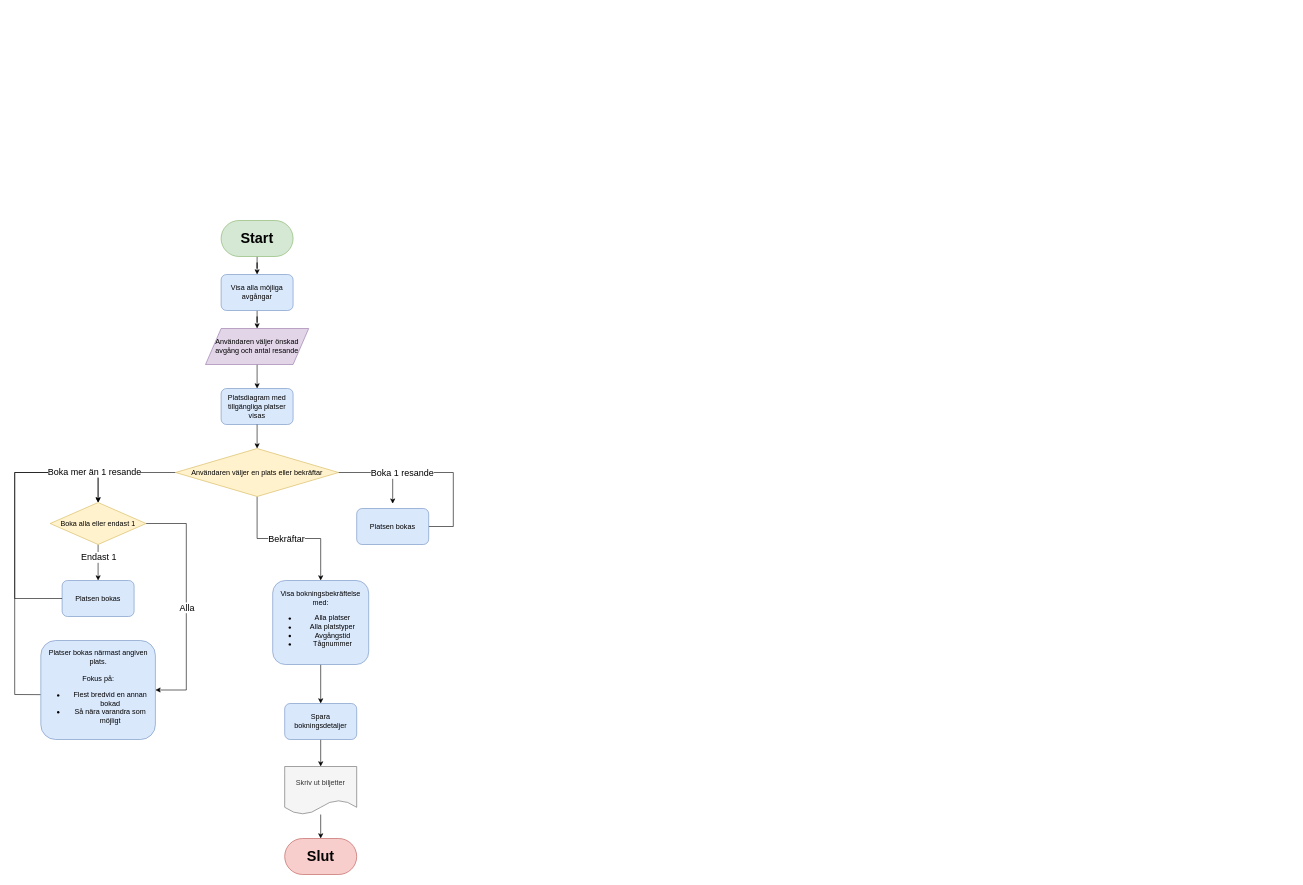
marcell-ziegler/projektuppgift-DD1310-2024 keeps this draw.io diagram as User flow.drawio. Above is the earlier version. Source tidied: cells renumbered, new cells numbered last; positions are measured from the earlier drawing's top-left corner, leaving out a move shared by most shapes. Both pictures are drawn from the tidied source at 60%, with x=0, y=0 at pixel (14, 220).
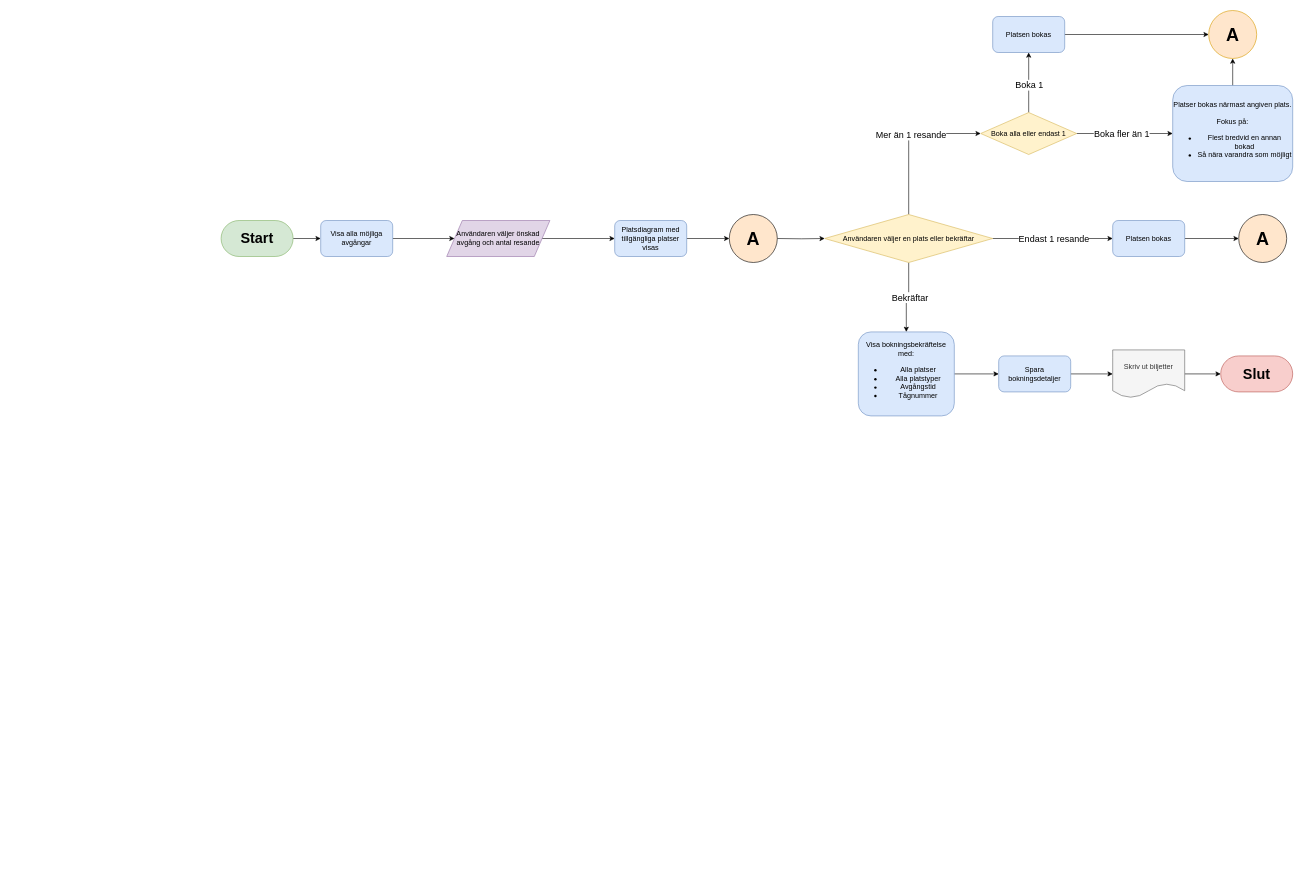
The same page after the edit.

Commit message:
Make flowchart horizontal

Change to the diagram source:
```diff
@@
     <mxCell id="5" value="Visa alla möjliga avgångar" style="rounded=1;whiteSpace=wrap;html=1;fillColor=#dae8fc;strokeColor=#6c8ebf;" parent="1" vertex="1">
-      <mxGeometry x="344" y="90" width="120" height="60" as="geometry" />
+      <mxGeometry x="510" width="120" height="60" as="geometry" />
     </mxCell>
@@
     <mxCell id="7" value="Användaren väljer önskad avgång och antal resande" style="shape=parallelogram;perimeter=parallelogramPerimeter;whiteSpace=wrap;html=1;fixedSize=1;size=26;perimeterSpacing=0;fillColor=#e1d5e7;strokeColor=#9673a6;" parent="1" vertex="1">
-      <mxGeometry x="318" y="180" width="172" height="60" as="geometry" />
+      <mxGeometry x="720" width="172" height="60" as="geometry" />
     </mxCell>
+    <mxCell id="35" style="edgeStyle=orthogonalEdgeStyle;rounded=0;jettySize=auto;html=1;fontFamily=Helvetica;fontSize=15;fontColor=default;labelBackgroundColor=default;" parent="1" edge="1" source="8">
+      <mxGeometry relative="1" as="geometry">
+        <mxPoint x="1191" y="30" as="targetPoint" />
+      </mxGeometry>
+    </mxCell>
     <mxCell id="8" value="Platsdiagram med tillgängliga platser visas" style="rounded=1;whiteSpace=wrap;html=1;fillColor=#dae8fc;strokeColor=#6c8ebf;" parent="1" vertex="1">
-      <mxGeometry x="344" y="280" width="120" height="60" as="geometry" />
+      <mxGeometry x="1000" width="120" height="60" as="geometry" />
     </mxCell>
-    <mxCell id="9" style="edgeStyle=orthogonalEdgeStyle;rounded=0;jettySize=auto;html=1;" parent="1" edge="1" source="15">
-      <mxGeometry relative="1" as="geometry">
-        <mxPoint x="630" y="420" as="targetPoint" />
-        <Array as="points">
-          <mxPoint x="731" y="510" />
-        </Array>
-      </mxGeometry>
-    </mxCell>
-    <mxCell id="10" style="edgeStyle=orthogonalEdgeStyle;rounded=0;jettySize=auto;html=1;" parent="1" edge="1" source="8" target="14">
-      <mxGeometry relative="1" as="geometry" />
-    </mxCell>
-    <mxCell id="11" style="edgeStyle=orthogonalEdgeStyle;rounded=0;jettySize=auto;html=1;entryX=0.5;entryY=0;entryDx=0;entryDy=0;" parent="1" edge="1" source="14" target="22">
-      <mxGeometry relative="1" as="geometry" />
-    </mxCell>
@@
+    <mxCell id="11" style="edgeStyle=orthogonalEdgeStyle;rounded=0;jettySize=auto;html=1;exitX=0.5;exitY=0;exitDx=0;exitDy=0;entryX=0;entryY=0.5;entryDx=0;entryDy=0;" parent="1" edge="1" source="14" target="22">
+      <mxGeometry relative="1" as="geometry" />
+    </mxCell>
+    <mxCell id="36" value="Mer än 1 resande" style="edgeLabel;html=1;align=center;verticalAlign=middle;fontSize=15;" parent="11" vertex="1">
+      <mxGeometry x="0.08" y="-1" relative="1" as="geometry" />
+    </mxCell>
+    <mxCell id="16" style="edgeStyle=orthogonalEdgeStyle;rounded=0;jettySize=auto;html=1;entryX=0;entryY=0.5;entryDx=0;entryDy=0;fontFamily=Helvetica;fontSize=15;fontColor=default;labelBackgroundColor=default;" parent="1" edge="1" source="14" target="15">
+      <mxGeometry relative="1" as="geometry" />
+    </mxCell>
+    <mxCell id="37" value="Endast 1 resande" style="edgeLabel;html=1;align=center;verticalAlign=middle;fontFamily=Helvetica;fontSize=15;fontColor=default;labelBackgroundColor=default;fillColor=none;gradientColor=none;" parent="16" vertex="1">
+      <mxGeometry x="0.01" y="-4" relative="1" as="geometry">
+        <mxPoint y="-4" as="offset" />
+      </mxGeometry>
+    </mxCell>
     <mxCell id="14" value="Användaren väljer en plats eller bekräftar" style="rhombus;whiteSpace=wrap;html=1;fillColor=#fff2cc;strokeColor=#d6b656;" parent="1" vertex="1">
-      <mxGeometry x="268" y="380" width="272" height="80" as="geometry" />
+      <mxGeometry x="1350" y="-10" width="280" height="80" as="geometry" />
     </mxCell>
+    <mxCell id="38" style="edgeStyle=orthogonalEdgeStyle;rounded=0;jettySize=auto;html=1;entryX=0;entryY=0.5;entryDx=0;entryDy=0;fontFamily=Helvetica;fontSize=15;fontColor=default;labelBackgroundColor=default;" parent="1" edge="1" source="15" target="46">
+      <mxGeometry relative="1" as="geometry" />
+    </mxCell>
     <mxCell id="15" value="Platsen bokas" style="rounded=1;whiteSpace=wrap;html=1;fillColor=#dae8fc;strokeColor=#6c8ebf;" parent="1" vertex="1">
-      <mxGeometry x="570" y="480" width="120" height="60" as="geometry" />
+      <mxGeometry x="1830" width="120" height="60" as="geometry" />
     </mxCell>
-    <mxCell id="16" style="edgeStyle=orthogonalEdgeStyle;rounded=0;jettySize=auto;html=1;exitX=1;exitY=0.5;exitDx=0;exitDy=0;entryX=0.5;entryY=-0.133;entryDx=0;entryDy=0;entryPerimeter=0;" parent="1" edge="1" source="14" target="15">
-      <mxGeometry relative="1" as="geometry" />
-    </mxCell>
-    <mxCell id="17" value="&lt;font style=&quot;font-size: 15px;&quot;&gt;Boka 1 resande&lt;/font&gt;" style="edgeLabel;html=1;align=center;verticalAlign=middle;" parent="16" vertex="1">
-      <mxGeometry x="0.23" y="-4" relative="1" as="geometry">
-        <mxPoint x="18" y="-4" as="offset" />
-      </mxGeometry>
-    </mxCell>
-    <mxCell id="18" style="edgeStyle=orthogonalEdgeStyle;rounded=0;jettySize=auto;html=1;entryX=0.5;entryY=0;entryDx=0;entryDy=0;" parent="1" edge="1" source="22" target="24">
-      <mxGeometry relative="1" as="geometry" />
-    </mxCell>
-    <mxCell id="19" value="Endast 1" style="edgeLabel;html=1;align=center;verticalAlign=middle;fontSize=15;" parent="18" vertex="1">
-      <mxGeometry y="2" relative="1" as="geometry">
-        <mxPoint x="-2" y="-10" as="offset" />
-      </mxGeometry>
-    </mxCell>
-    <mxCell id="20" style="edgeStyle=orthogonalEdgeStyle;rounded=0;jettySize=auto;html=1;" parent="1" edge="1" source="22" target="27">
-      <mxGeometry relative="1" as="geometry">
-        <Array as="points">
-          <mxPoint x="286" y="505" />
-        </Array>
-      </mxGeometry>
-    </mxCell>
-    <mxCell id="21" value="Alla" style="edgeLabel;html=1;align=center;verticalAlign=middle;fontSize=15;" parent="20" vertex="1">
-      <mxGeometry x="0.04" relative="1" as="geometry" />
-    </mxCell>
-    <mxCell id="22" value="Boka alla eller endast 1" style="rhombus;whiteSpace=wrap;html=1;fillColor=#fff2cc;strokeColor=#d6b656;" parent="1" vertex="1">
-      <mxGeometry x="59" y="470" width="160" height="70" as="geometry" />
-    </mxCell>
-    <mxCell id="23" style="endArrow=classic;html=1;rounded=0;exitX=0;exitY=0.547;exitDx=0;exitDy=0;exitPerimeter=0;" parent="1" edge="1" source="27">
-      <mxGeometry relative="1" as="geometry">
-        <mxPoint x="140" y="420" as="targetPoint" />
-        <Array as="points">
-          <mxPoint y="790" />
-          <mxPoint y="420" />
-        </Array>
-      </mxGeometry>
-    </mxCell>
+    <mxCell id="39" style="edgeStyle=orthogonalEdgeStyle;rounded=0;jettySize=auto;html=1;entryX=0;entryY=0.5;entryDx=0;entryDy=0;fontFamily=Helvetica;fontSize=15;fontColor=default;labelBackgroundColor=default;" parent="1" edge="1" source="24" target="45">
+      <mxGeometry relative="1" as="geometry" />
+    </mxCell>
     <mxCell id="24" value="Platsen bokas" style="rounded=1;whiteSpace=wrap;html=1;fillColor=#dae8fc;strokeColor=#6c8ebf;" parent="1" vertex="1">
-      <mxGeometry x="79" y="600" width="120" height="60" as="geometry" />
+      <mxGeometry x="1630" y="-340" width="120" height="60" as="geometry" />
     </mxCell>
-    <mxCell id="25" style="edgeStyle=orthogonalEdgeStyle;rounded=0;jettySize=auto;html=1;entryX=0.5;entryY=0;entryDx=0;entryDy=0;" parent="1" edge="1" target="22">
-      <mxGeometry relative="1" as="geometry">
-        <mxPoint x="79" y="630" as="sourcePoint" />
-        <Array as="points">
-          <mxPoint y="630" />
-          <mxPoint y="420" />
-          <mxPoint x="139" y="420" />
-        </Array>
-      </mxGeometry>
-    </mxCell>
-    <mxCell id="26" value="Boka mer än 1 resande" style="edgeLabel;html=1;align=center;verticalAlign=middle;fontSize=15;" parent="25" vertex="1">
-      <mxGeometry x="0.76" y="2" relative="1" as="geometry" />
-    </mxCell>
+    <mxCell id="40" style="edgeStyle=orthogonalEdgeStyle;rounded=0;jettySize=auto;html=1;fontFamily=Helvetica;fontSize=15;fontColor=default;labelBackgroundColor=default;" parent="1" edge="1" source="27" target="45">
+      <mxGeometry relative="1" as="geometry" />
+    </mxCell>
     <mxCell id="27" value="Platser bokas närmast angiven plats.&lt;br&gt;&lt;br&gt;Fokus på:&lt;div&gt;&lt;ul&gt;&lt;li&gt;Flest bredvid en annan bokad&lt;/li&gt;&lt;li&gt;Så nära varandra som möjligt&lt;/li&gt;&lt;/ul&gt;&lt;/div&gt;" style="rounded=1;whiteSpace=wrap;html=1;fillColor=#dae8fc;strokeColor=#6c8ebf;" parent="1" vertex="1">
-      <mxGeometry x="43.5" y="700" width="191" height="165" as="geometry" />
+      <mxGeometry x="1930" y="-225" width="200" height="160" as="geometry" />
     </mxCell>
@@
     <mxCell id="29" value="Visa bokningsbekräftelse med:&lt;div&gt;&lt;ul&gt;&lt;li&gt;Alla platser&lt;/li&gt;&lt;li&gt;Alla platstyper&lt;/li&gt;&lt;li&gt;Avgångstid&lt;/li&gt;&lt;li&gt;Tågnummer&lt;/li&gt;&lt;/ul&gt;&lt;/div&gt;" style="rounded=1;whiteSpace=wrap;html=1;fillColor=#dae8fc;strokeColor=#6c8ebf;" parent="1" vertex="1">
-      <mxGeometry x="430" y="600" width="160" height="140" as="geometry" />
+      <mxGeometry x="1406" y="185.7" width="160" height="140" as="geometry" />
     </mxCell>
@@
     <mxCell id="31" value="Skriv ut biljetter" style="shape=document;whiteSpace=wrap;html=1;boundedLbl=1;fillColor=#f5f5f5;strokeColor=#666666;fontColor=#333333;" parent="1" vertex="1">
-      <mxGeometry x="450" y="910" width="120" height="80" as="geometry" />
+      <mxGeometry x="1830" y="215.7" width="120" height="80" as="geometry" />
     </mxCell>
@@
     <mxCell id="33" value="Spara bokningsdetaljer" style="whiteSpace=wrap;html=1;fillColor=#dae8fc;strokeColor=#6c8ebf;rounded=1;" parent="1" vertex="1">
-      <mxGeometry x="450" y="805" width="120" height="60" as="geometry" />
+      <mxGeometry x="1640" y="225.7" width="120" height="60" as="geometry" />
     </mxCell>
     <mxCell id="34" value="&lt;h1&gt;Slut&lt;/h1&gt;" style="rounded=1;whiteSpace=wrap;html=1;arcSize=50;fillColor=#f8cecc;strokeColor=#b85450;" parent="1" vertex="1">
-      <mxGeometry x="450" y="1030" width="120" height="60" as="geometry" />
+      <mxGeometry x="2010" y="225.7" width="120" height="60" as="geometry" />
     </mxCell>
+    <mxCell id="18" style="edgeStyle=orthogonalEdgeStyle;rounded=0;jettySize=auto;html=1;exitX=0.5;exitY=0;exitDx=0;exitDy=0;entryX=0.5;entryY=1;entryDx=0;entryDy=0;" parent="1" edge="1" source="22" target="24">
+      <mxGeometry relative="1" as="geometry" />
+    </mxCell>
+    <mxCell id="41" value="Boka 1" style="edgeLabel;html=1;align=center;verticalAlign=middle;fontSize=15;" parent="18" vertex="1">
+      <mxGeometry x="-0.04" y="1" relative="1" as="geometry">
+        <mxPoint x="1" y="1" as="offset" />
+      </mxGeometry>
+    </mxCell>
+    <mxCell id="20" style="edgeStyle=orthogonalEdgeStyle;rounded=0;jettySize=auto;html=1;exitX=1;exitY=0.5;exitDx=0;exitDy=0;entryX=0;entryY=0.5;entryDx=0;entryDy=0;fontFamily=Helvetica;fontSize=15;fontColor=default;labelBackgroundColor=default;" parent="1" edge="1" source="22" target="27">
+      <mxGeometry relative="1" as="geometry" />
+    </mxCell>
+    <mxCell id="42" value="Boka fler än 1" style="edgeLabel;html=1;align=center;verticalAlign=middle;fontFamily=Helvetica;fontSize=15;fontColor=default;labelBackgroundColor=default;fillColor=none;gradientColor=none;" parent="20" vertex="1">
+      <mxGeometry x="0.08" y="-3" relative="1" as="geometry">
+        <mxPoint x="-12" y="-3" as="offset" />
+      </mxGeometry>
+    </mxCell>
+    <mxCell id="22" value="Boka alla eller endast 1" style="rhombus;whiteSpace=wrap;html=1;fillColor=#fff2cc;strokeColor=#d6b656;" parent="1" vertex="1">
+      <mxGeometry x="1610" y="-180" width="160" height="70" as="geometry" />
+    </mxCell>
+    <mxCell id="43" style="edgeStyle=orthogonalEdgeStyle;rounded=0;jettySize=auto;html=1;fontFamily=Helvetica;fontSize=15;fontColor=default;labelBackgroundColor=default;" parent="1" edge="1" target="14">
+      <mxGeometry relative="1" as="geometry">
+        <mxPoint x="1271" y="30" as="sourcePoint" />
+      </mxGeometry>
+    </mxCell>
+    <mxCell id="44" value="&lt;h1&gt;A&lt;/h1&gt;" style="ellipse;whiteSpace=wrap;html=1;align=center;verticalAlign=middle;fontFamily=Helvetica;fontSize=15;labelBackgroundColor=none;fillColor=#ffe6cc;strokeColor=default;" parent="1" vertex="1">
+      <mxGeometry x="1191" y="-10" width="80" height="80" as="geometry" />
+    </mxCell>
+    <mxCell id="45" value="&lt;h1&gt;A&lt;/h1&gt;" style="ellipse;whiteSpace=wrap;html=1;align=center;verticalAlign=middle;fontFamily=Helvetica;fontSize=15;labelBackgroundColor=none;fillColor=#ffe6cc;strokeColor=#d79b00;" parent="1" vertex="1">
+      <mxGeometry x="1990" y="-350" width="80" height="80" as="geometry" />
+    </mxCell>
+    <mxCell id="46" value="&lt;h1&gt;A&lt;/h1&gt;" style="ellipse;whiteSpace=wrap;html=1;align=center;verticalAlign=middle;fontFamily=Helvetica;fontSize=15;labelBackgroundColor=none;fillColor=#ffe6cc;strokeColor=default;" parent="1" vertex="1">
+      <mxGeometry x="2040" y="-10" width="80" height="80" as="geometry" />
+    </mxCell>
```
